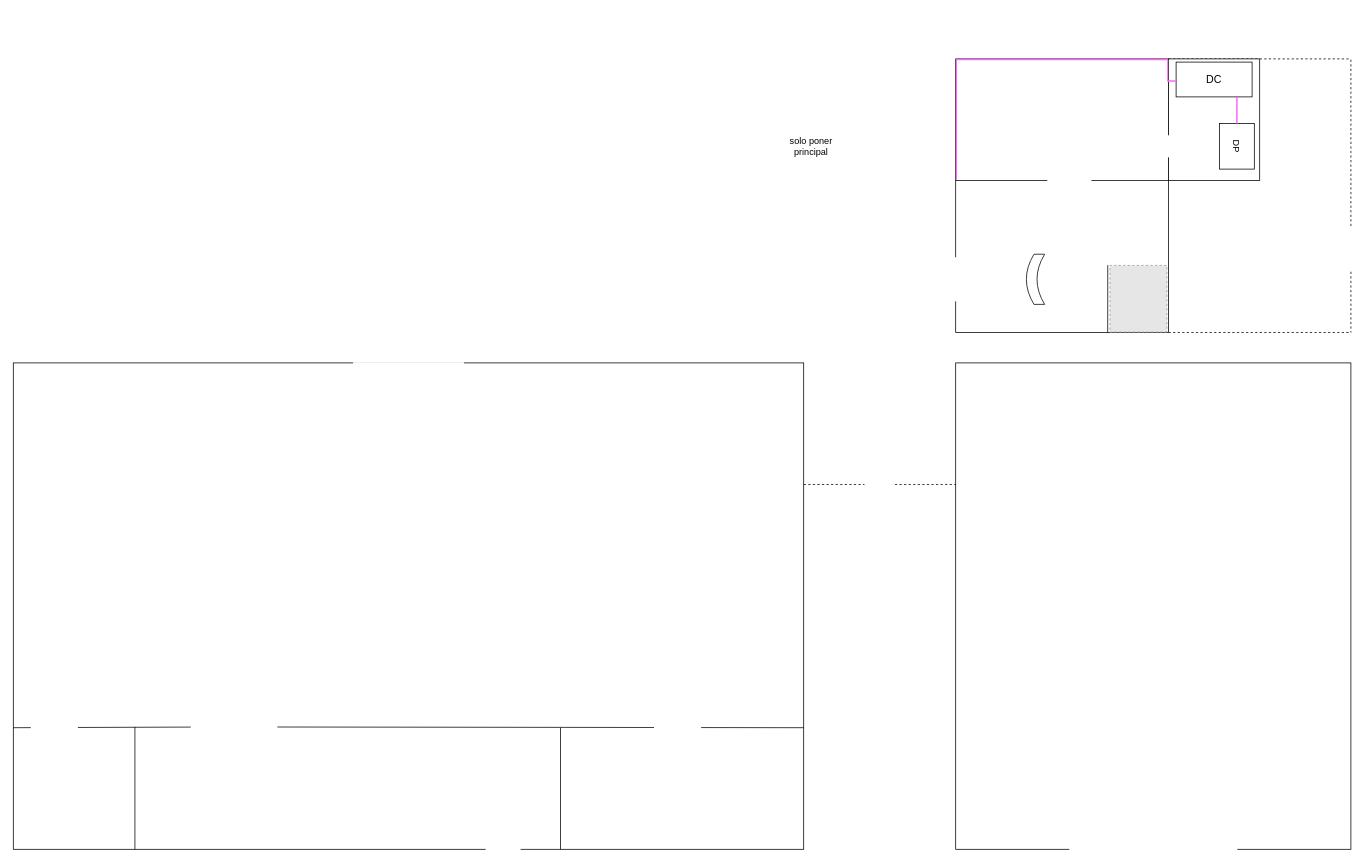
This is SMRL_Plano_General_Campus.drawio from cnrxad/smrl-draw.io, a draw.io file, before an edit. Source tidied: cells renumbered, new cells numbered last; positions are measured from the earlier drawing's top-left corner, leaving out a move shared by most shapes. Both pictures are drawn from the tidied source at 76%, with x=0, y=0 at pixel (13, 59). Pictures stored in the file or linked from it are replaced by grey dashed boxes.
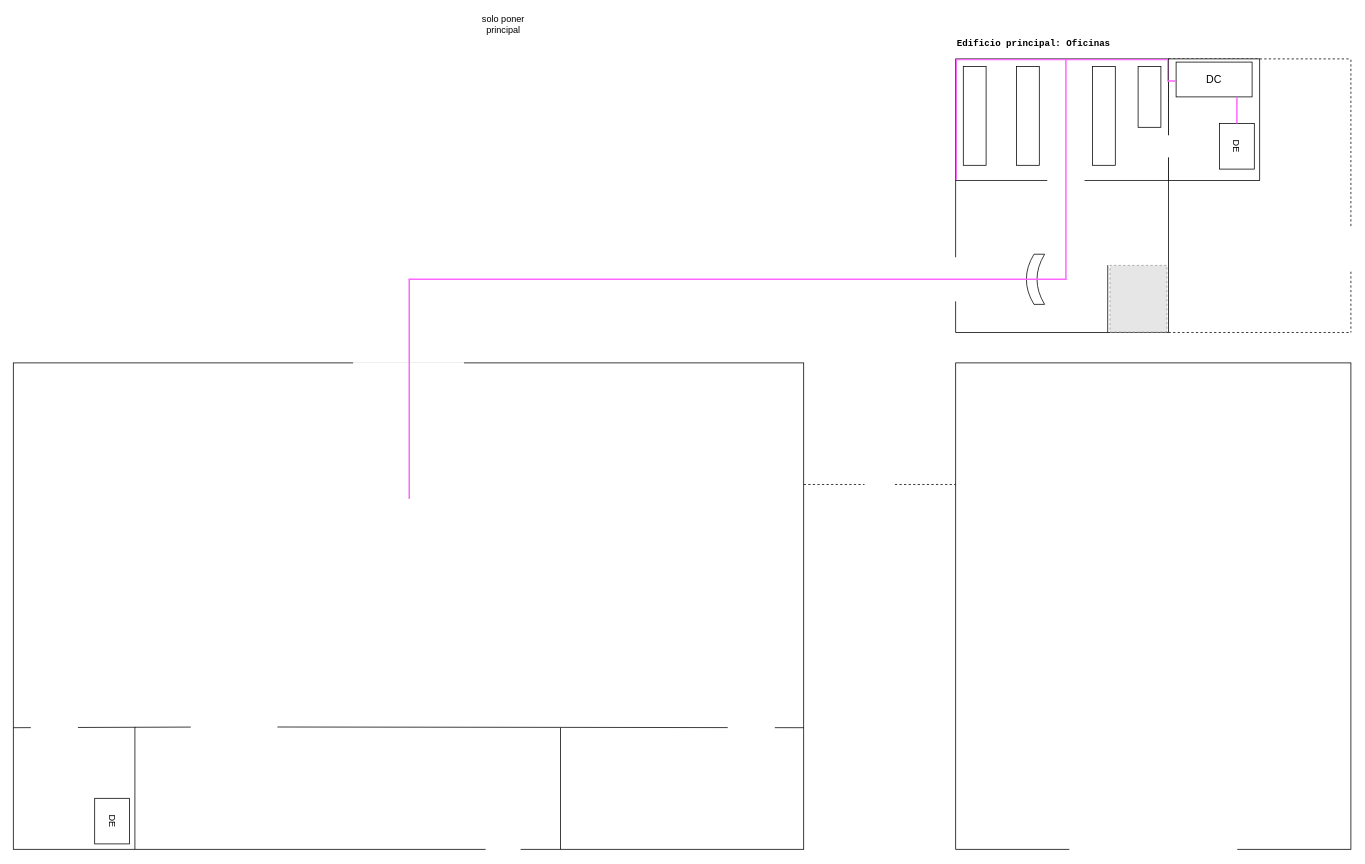
After the change.

Diff of the diagram source:
```diff
@@
     <mxCell id="17" style="rounded=0;whiteSpace=wrap;html=1;strokeColor=light-dark(#ffffff, #ededed);fillColor=default;fillStyle=solid;strokeWidth=19;gradientColor=none;direction=south;" parent="1" vertex="1">
-      <mxGeometry x="1370" y="160" width="39" height="2" as="geometry" />
+      <mxGeometry x="1370" y="160" width="30" height="2" as="geometry" />
     </mxCell>
@@
     <mxCell id="23" value="solo poner principal" style="text;html=1;whiteSpace=wrap;strokeColor=none;fillColor=none;align=center;verticalAlign=middle;rounded=0;" parent="1" vertex="1">
-      <mxGeometry x="1020" y="100" width="60" height="30" as="geometry" />
+      <mxGeometry x="614.5" y="-60" width="60" height="30" as="geometry" />
     </mxCell>
@@
     <mxCell id="32" style="rounded=0;whiteSpace=wrap;html=1;strokeColor=light-dark(#ffffff, #ededed);fillColor=default;fillStyle=solid;strokeWidth=24;gradientColor=none;rotation=-90;" parent="1" vertex="1">
-      <mxGeometry x="873" y="862" width="2" height="38" as="geometry" />
+      <mxGeometry x="970" y="870" width="2" height="38" as="geometry" />
     </mxCell>
@@
-    <mxCell id="37" value="DP" style="rounded=0;whiteSpace=wrap;html=1;glass=0;shadow=0;rotation=90;" parent="1" vertex="1">
+    <mxCell id="37" value="DE" style="rounded=0;whiteSpace=wrap;html=1;glass=0;shadow=0;rotation=90;" parent="1" vertex="1">
       <mxGeometry x="1580" y="92.1" width="60" height="45.8" as="geometry" />
     </mxCell>
@@
+    <mxCell id="39" value="&lt;div align=&quot;left&quot;&gt;&lt;font face=&quot;Courier New&quot;&gt;&lt;b&gt;Edificio principal: Oficinas&lt;/b&gt;&lt;/font&gt;&lt;/div&gt;" style="text;html=1;whiteSpace=wrap;strokeColor=none;fillColor=none;align=left;verticalAlign=middle;rounded=0;" parent="1" vertex="1">
+      <mxGeometry x="1240" y="-30" width="395" height="20" as="geometry" />
+    </mxCell>
+    <mxCell id="40" style="endArrow=none;html=1;rounded=0;strokeColor=light-dark(#FF66FF,#FF66FF);strokeWidth=2;" parent="1" edge="1">
+      <mxGeometry relative="1" as="geometry">
+        <mxPoint x="520" y="290" as="sourcePoint" />
+        <mxPoint x="1386" y="290" as="targetPoint" />
+      </mxGeometry>
+    </mxCell>
+    <mxCell id="41" style="endArrow=none;html=1;rounded=0;strokeColor=light-dark(#FF66FF,#FF66FF);endSize=6;startSize=6;sourcePerimeterSpacing=0;strokeWidth=2;flowAnimation=0;shadow=0;" parent="1" edge="1">
+      <mxGeometry relative="1" as="geometry">
+        <mxPoint x="1385" y="290" as="sourcePoint" />
+        <mxPoint x="1385" y="1" as="targetPoint" />
+      </mxGeometry>
+    </mxCell>
+    <mxCell id="42" style="endArrow=none;html=1;rounded=0;strokeColor=light-dark(#FF66FF,#FF66FF);endSize=6;startSize=6;sourcePerimeterSpacing=0;strokeWidth=2;flowAnimation=0;shadow=0;" parent="1" edge="1">
+      <mxGeometry relative="1" as="geometry">
+        <mxPoint x="521" y="579" as="sourcePoint" />
+        <mxPoint x="521" y="290" as="targetPoint" />
+      </mxGeometry>
+    </mxCell>
+    <mxCell id="43" style="rounded=0;whiteSpace=wrap;html=1;" parent="1" vertex="1">
+      <mxGeometry x="1250" y="10" width="30" height="130" as="geometry" />
+    </mxCell>
+    <mxCell id="44" style="rounded=0;whiteSpace=wrap;html=1;" parent="1" vertex="1">
+      <mxGeometry x="1320" y="10" width="30" height="130" as="geometry" />
+    </mxCell>
+    <mxCell id="45" style="rounded=0;whiteSpace=wrap;html=1;" parent="1" vertex="1">
+      <mxGeometry x="1420" y="10" width="30" height="130" as="geometry" />
+    </mxCell>
+    <mxCell id="46" style="rounded=0;whiteSpace=wrap;html=1;" parent="1" vertex="1">
+      <mxGeometry x="1480" y="10" width="30" height="80" as="geometry" />
+    </mxCell>
+    <mxCell id="47" value="DE" style="rounded=0;whiteSpace=wrap;html=1;glass=0;shadow=0;rotation=90;" parent="1" vertex="1">
+      <mxGeometry x="100" y="980" width="60" height="45.8" as="geometry" />
+    </mxCell>
```
